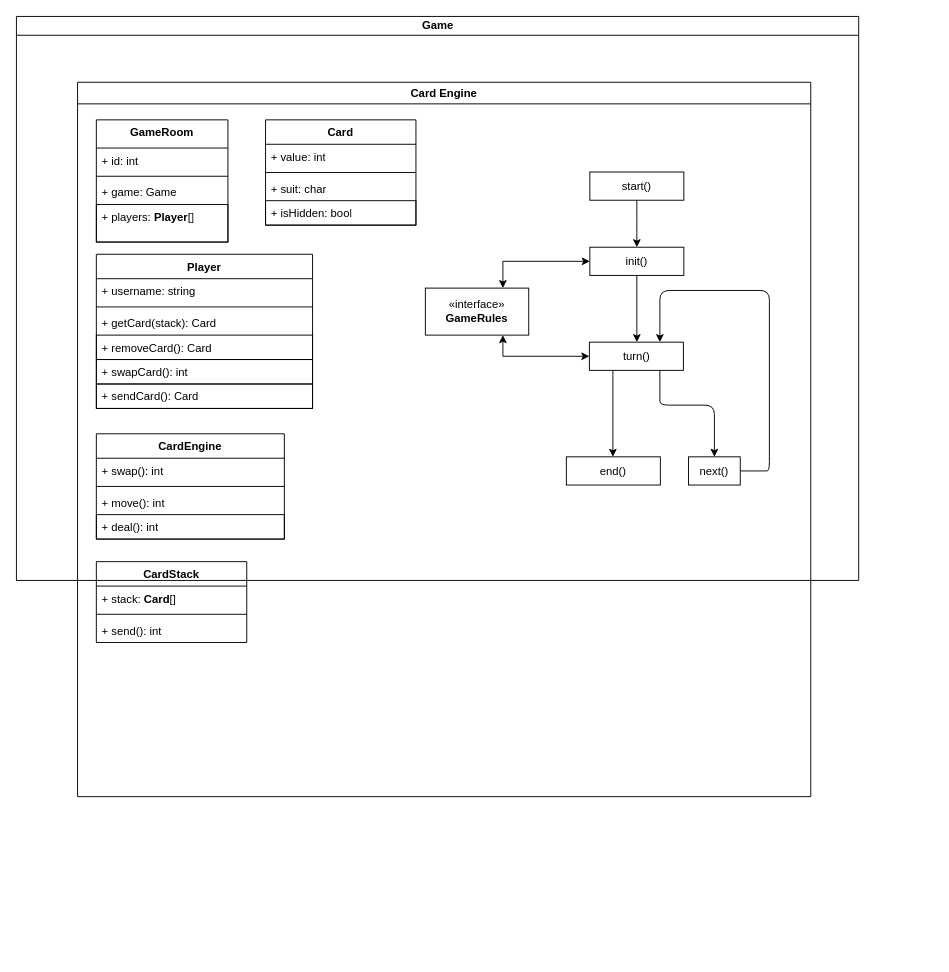
Above: docs/specification/card-engine/CardEngine.drawio in Shornana/card-game-online (draw.io), before the change. Source tidied: cells renumbered, new cells numbered last; positions are measured from the earlier drawing's top-left corner, leaving out a move shared by most shapes. Both pictures are drawn from the tidied source at 94%, with x=0, y=0 at pixel (16, 16).
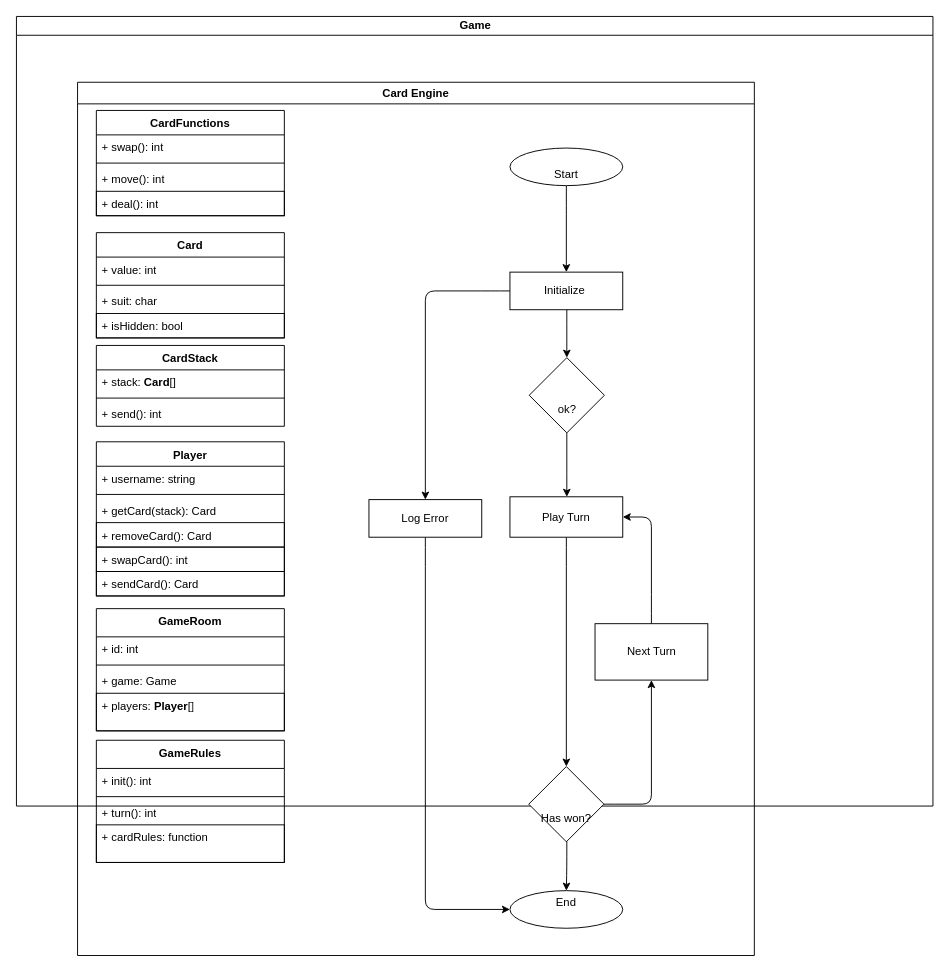
After the change.

Commit message (it also covers changes not shown here):
Improved diagram with better control.

What changed in the source:
```diff
@@
     <mxCell id="2" value="Card Engine" style="swimlane;whiteSpace=wrap;html=1;" parent="1" vertex="1">
-      <mxGeometry x="65" y="70" width="780" height="760" as="geometry" />
+      <mxGeometry x="65" y="70" width="720" height="929" as="geometry" />
     </mxCell>
     <mxCell id="3" value="&lt;div&gt;Card&lt;/div&gt;&lt;div&gt;&lt;br&gt;&lt;/div&gt;" style="swimlane;fontStyle=1;align=center;verticalAlign=top;horizontal=1;startSize=26;whiteSpace=wrap;html=1;" parent="2" vertex="1">
-      <mxGeometry x="200" y="40" width="160" height="112" as="geometry" />
+      <mxGeometry x="20" y="160" width="200" height="112" as="geometry" />
     </mxCell>
     <mxCell id="4" value="+ value: int" style="text;strokeColor=none;fillColor=none;align=left;verticalAlign=top;spacingLeft=4;spacingRight=4;overflow=hidden;whiteSpace=wrap;html=1;" parent="3" vertex="1">
-      <mxGeometry y="26" width="160" height="26" as="geometry" />
+      <mxGeometry y="26" width="200" height="26" as="geometry" />
     </mxCell>
     <mxCell id="5" style="line;strokeWidth=1;fillColor=none;align=left;verticalAlign=middle;spacingTop=-1;spacingLeft=3;spacingRight=3;labelPosition=right;strokeColor=inherit;" parent="3" vertex="1">
-      <mxGeometry y="52" width="160" height="8" as="geometry" />
+      <mxGeometry y="52" width="200" height="8" as="geometry" />
     </mxCell>
     <mxCell id="6" value="+ suit: char" style="text;strokeColor=none;fillColor=none;align=left;verticalAlign=top;spacingLeft=4;spacingRight=4;overflow=hidden;whiteSpace=wrap;html=1;" parent="3" vertex="1">
-      <mxGeometry y="60" width="160" height="26" as="geometry" />
+      <mxGeometry y="60" width="200" height="26" as="geometry" />
     </mxCell>
     <mxCell id="7" value="+ isHidden: bool" style="text;strokeColor=default;fillColor=none;align=left;verticalAlign=top;spacingLeft=4;spacingRight=4;overflow=hidden;whiteSpace=wrap;html=1;" parent="3" vertex="1">
-      <mxGeometry y="86" width="160" height="26" as="geometry" />
+      <mxGeometry y="86" width="200" height="26" as="geometry" />
     </mxCell>
     <mxCell id="8" value="&lt;div&gt;CardStack&lt;/div&gt;" style="swimlane;fontStyle=1;align=center;verticalAlign=top;horizontal=1;startSize=26;whiteSpace=wrap;html=1;" parent="2" vertex="1">
-      <mxGeometry x="20" y="510" width="160" height="86" as="geometry" />
+      <mxGeometry x="20" y="280" width="200" height="86" as="geometry" />
     </mxCell>
     <mxCell id="9" value="+ stack: &lt;b&gt;Card&lt;/b&gt;[]" style="text;strokeColor=none;fillColor=none;align=left;verticalAlign=top;spacingLeft=4;spacingRight=4;overflow=hidden;whiteSpace=wrap;html=1;" parent="8" vertex="1">
-      <mxGeometry y="26" width="160" height="26" as="geometry" />
+      <mxGeometry y="26" width="200" height="26" as="geometry" />
     </mxCell>
     <mxCell id="10" style="line;strokeWidth=1;fillColor=none;align=left;verticalAlign=middle;spacingTop=-1;spacingLeft=3;spacingRight=3;labelPosition=right;strokeColor=inherit;" parent="8" vertex="1">
-      <mxGeometry y="52" width="160" height="8" as="geometry" />
+      <mxGeometry y="52" width="200" height="8" as="geometry" />
     </mxCell>
     <mxCell id="11" value="+ send(): int" style="text;strokeColor=none;fillColor=none;align=left;verticalAlign=top;spacingLeft=4;spacingRight=4;overflow=hidden;whiteSpace=wrap;html=1;" parent="8" vertex="1">
-      <mxGeometry y="60" width="160" height="26" as="geometry" />
+      <mxGeometry y="60" width="200" height="26" as="geometry" />
     </mxCell>
     <mxCell id="12" value="Player" style="swimlane;fontStyle=1;align=center;verticalAlign=top;horizontal=1;startSize=26;whiteSpace=wrap;html=1;" parent="2" vertex="1">
-      <mxGeometry x="20" y="183" width="230" height="164" as="geometry" />
+      <mxGeometry x="20" y="382.5" width="200" height="164" as="geometry" />
     </mxCell>
     <mxCell id="13" value="+ username: string" style="text;strokeColor=none;fillColor=none;align=left;verticalAlign=top;spacingLeft=4;spacingRight=4;overflow=hidden;whiteSpace=wrap;html=1;" parent="12" vertex="1">
-      <mxGeometry y="26" width="230" height="26" as="geometry" />
+      <mxGeometry y="26" width="200" height="26" as="geometry" />
     </mxCell>
     <mxCell id="14" style="line;strokeWidth=1;fillColor=none;align=left;verticalAlign=middle;spacingTop=-1;spacingLeft=3;spacingRight=3;labelPosition=right;strokeColor=inherit;" parent="12" vertex="1">
-      <mxGeometry y="52" width="230" height="8" as="geometry" />
+      <mxGeometry y="52" width="200" height="8" as="geometry" />
     </mxCell>
     <mxCell id="15" value="+ getCard(stack): Card" style="text;strokeColor=none;fillColor=none;align=left;verticalAlign=top;spacingLeft=4;spacingRight=4;overflow=hidden;whiteSpace=wrap;html=1;" parent="12" vertex="1">
-      <mxGeometry y="60" width="230" height="26" as="geometry" />
+      <mxGeometry y="60" width="200" height="26" as="geometry" />
     </mxCell>
     <mxCell id="16" value="+ removeCard(): Card" style="text;strokeColor=default;fillColor=none;align=left;verticalAlign=top;spacingLeft=4;spacingRight=4;overflow=hidden;whiteSpace=wrap;html=1;" parent="12" vertex="1">
-      <mxGeometry y="86" width="230" height="26" as="geometry" />
+      <mxGeometry y="86" width="200" height="26" as="geometry" />
     </mxCell>
     <mxCell id="17" value="+ swapCard(): int" style="text;strokeColor=default;fillColor=none;align=left;verticalAlign=top;spacingLeft=4;spacingRight=4;overflow=hidden;whiteSpace=wrap;html=1;" parent="12" vertex="1">
-      <mxGeometry y="112" width="230" height="26" as="geometry" />
+      <mxGeometry y="112" width="200" height="26" as="geometry" />
     </mxCell>
     <mxCell id="18" value="+ sendCard(): Card" style="text;strokeColor=default;fillColor=none;align=left;verticalAlign=top;spacingLeft=4;spacingRight=4;overflow=hidden;whiteSpace=wrap;html=1;" parent="12" vertex="1">
-      <mxGeometry y="138" width="230" height="26" as="geometry" />
+      <mxGeometry y="138" width="200" height="26" as="geometry" />
     </mxCell>
     <mxCell id="19" value="&lt;div&gt;Game&lt;/div&gt;" style="swimlane;html=1;startSize=20;horizontal=1;fontSize=12;transparentBounds=1;groupPadding=20;containerType=tree;" parent="2" vertex="1">
-      <mxGeometry x="-65" y="-70" width="896" height="600" as="geometry" />
+      <mxGeometry x="-65" y="-70" width="975" height="840" as="geometry" />
     </mxCell>
-    <mxCell id="20" value="start()" style="whiteSpace=wrap;html=1;" parent="19" vertex="1">
-      <mxGeometry x="610" y="165.5" width="100" height="30" as="geometry" />
-    </mxCell>
-    <mxCell id="21" value="init()" style="whiteSpace=wrap;html=1;" parent="19" vertex="1">
-      <mxGeometry x="610" y="245.5" width="100" height="30" as="geometry" />
-    </mxCell>
-    <mxCell id="22" style="edgeStyle=orthogonalEdgeStyle;rounded=1;jettySize=auto;html=1;exitX=1;exitY=0.5;exitDx=0;exitDy=0;entryX=0.75;entryY=0;entryDx=0;entryDy=0;curved=0;" parent="19" edge="1" source="23" target="27">
-      <mxGeometry relative="1" as="geometry">
-        <Array as="points">
-          <mxPoint x="791" y="483.5" />
-          <mxPoint x="801" y="483.5" />
-          <mxPoint x="801" y="291.5" />
-          <mxPoint x="684.5" y="291.5" />
-          <mxPoint x="684.5" y="325.5" />
-        </Array>
-      </mxGeometry>
-    </mxCell>
-    <mxCell id="23" value="&lt;div&gt;next()&lt;/div&gt;" style="whiteSpace=wrap;html=1;" parent="19" vertex="1">
-      <mxGeometry x="715" y="468.5" width="55" height="30" as="geometry" />
-    </mxCell>
-    <mxCell id="24" style="html=1;rounded=1;curved=0;sourcePerimeterSpacing=0;targetPerimeterSpacing=0;startSize=6;endSize=6;edgeStyle=orthogonalEdgeStyle;exitX=0.5;exitY=1;entryX=0.5;entryY=0;" parent="19" edge="1" source="20" target="21">
-      <mxGeometry relative="1" as="geometry">
-        <Array as="points">
-          <mxPoint x="660" y="220.5" />
-        </Array>
-      </mxGeometry>
-    </mxCell>
-    <mxCell id="25" style="html=1;rounded=1;curved=0;sourcePerimeterSpacing=0;targetPerimeterSpacing=0;startSize=6;endSize=6;edgeStyle=orthogonalEdgeStyle;exitX=0.5;exitY=1;entryX=0.505;entryY=0;" parent="19" edge="1" source="21" target="27">
-      <mxGeometry relative="1" as="geometry">
-        <Array as="points">
-          <mxPoint x="660" y="310.5" />
-        </Array>
-      </mxGeometry>
-    </mxCell>
-    <mxCell id="26" style="edgeStyle=orthogonalEdgeStyle;rounded=1;jettySize=auto;html=1;exitX=0.75;exitY=1;exitDx=0;exitDy=0;entryX=0.5;entryY=0;entryDx=0;entryDy=0;curved=0;" parent="19" edge="1" source="27" target="23">
-      <mxGeometry relative="1" as="geometry">
-        <Array as="points">
-          <mxPoint x="684.5" y="397.5" />
-          <mxPoint x="684.5" y="413.5" />
-          <mxPoint x="742.5" y="413.5" />
-          <mxPoint x="742.5" y="447.5" />
-        </Array>
-      </mxGeometry>
-    </mxCell>
-    <mxCell id="27" value="turn()" style="rounded=0;whiteSpace=wrap;html=1;" parent="19" vertex="1">
-      <mxGeometry x="609.5" y="346.5" width="100" height="30" as="geometry" />
-    </mxCell>
-    <mxCell id="28" value="end()" style="rounded=0;whiteSpace=wrap;html=1;" parent="19" vertex="1">
-      <mxGeometry x="585" y="468.5" width="100" height="30" as="geometry" />
-    </mxCell>
-    <mxCell id="29" style="html=1;rounded=1;curved=0;sourcePerimeterSpacing=0;targetPerimeterSpacing=0;startSize=6;endSize=6;edgeStyle=orthogonalEdgeStyle;exitX=0.25;exitY=1;exitDx=0;exitDy=0;entryX=0.495;entryY=0;" parent="19" edge="1" source="27" target="28">
-      <mxGeometry relative="1" as="geometry">
-        <Array as="points">
-          <mxPoint x="634.5" y="387.5" />
-        </Array>
-      </mxGeometry>
-    </mxCell>
+    <mxCell id="43" style="edgeStyle=orthogonalEdgeStyle;rounded=1;jettySize=auto;html=1;exitX=0.5;exitY=1;exitDx=0;exitDy=0;entryX=0.5;entryY=0;entryDx=0;entryDy=0;curved=0;" parent="19" edge="1" source="44" target="46">
+      <mxGeometry relative="1" as="geometry">
+        <Array as="points">
+          <mxPoint x="585" y="201" />
+          <mxPoint x="585" y="251" />
+        </Array>
+      </mxGeometry>
+    </mxCell>
+    <mxCell id="44" value="&lt;div&gt;&lt;br&gt;&lt;/div&gt;&lt;div&gt;Start&lt;/div&gt;" style="ellipse;whiteSpace=wrap;html=1;shapeInside=1;" parent="19" vertex="1">
+      <mxGeometry x="525" y="140" width="120" height="40" as="geometry" />
+    </mxCell>
+    <mxCell id="45" style="edgeStyle=orthogonalEdgeStyle;rounded=1;jettySize=auto;html=1;exitX=0;exitY=0.5;exitDx=0;exitDy=0;entryX=0.5;entryY=0;entryDx=0;entryDy=0;curved=0;" parent="19" edge="1" source="46" target="57">
+      <mxGeometry relative="1" as="geometry">
+        <Array as="points">
+          <mxPoint x="504" y="292" />
+          <mxPoint x="435" y="292" />
+          <mxPoint x="435" y="493" />
+        </Array>
+      </mxGeometry>
+    </mxCell>
+    <mxCell id="46" value="Initialize&amp;nbsp;" style="rounded=0;whiteSpace=wrap;html=1;" parent="19" vertex="1">
+      <mxGeometry x="525" y="272" width="120" height="40" as="geometry" />
+    </mxCell>
+    <mxCell id="47" value="&lt;div&gt;&lt;br&gt;&lt;/div&gt;&lt;div&gt;&lt;br&gt;&lt;/div&gt;&lt;div&gt;ok?&lt;/div&gt;" style="rhombus;whiteSpace=wrap;html=1;shapeInside=1;" parent="19" vertex="1">
+      <mxGeometry x="545.5" y="363" width="80" height="80" as="geometry" />
+    </mxCell>
+    <mxCell id="48" style="edgeStyle=orthogonalEdgeStyle;rounded=1;jettySize=auto;html=1;curved=0;exitX=0.5042;exitY=1;entryX=0.5;entryY=0;" parent="19" edge="1" source="46" target="47">
+      <mxGeometry relative="1" as="geometry">
+        <Array as="points">
+          <mxPoint x="585.5" y="338" />
+        </Array>
+      </mxGeometry>
+    </mxCell>
+    <mxCell id="49" style="edgeStyle=orthogonalEdgeStyle;rounded=1;jettySize=auto;html=1;exitX=0.5;exitY=1;exitDx=0;exitDy=0;entryX=0.5;entryY=0;entryDx=0;entryDy=0;curved=0;" parent="19" edge="1" source="50" target="53">
+      <mxGeometry relative="1" as="geometry">
+        <Array as="points">
+          <mxPoint x="585" y="575" />
+          <mxPoint x="585" y="777" />
+        </Array>
+      </mxGeometry>
+    </mxCell>
+    <mxCell id="50" value="Play Turn" style="rounded=0;whiteSpace=wrap;html=1;" parent="19" vertex="1">
+      <mxGeometry x="525" y="511" width="120" height="43" as="geometry" />
+    </mxCell>
+    <mxCell id="51" style="edgeStyle=orthogonalEdgeStyle;rounded=1;jettySize=auto;html=1;curved=0;exitX=0.5;exitY=1;entryX=0.5042;entryY=0;" parent="19" edge="1" source="47" target="50">
+      <mxGeometry relative="1" as="geometry">
+        <Array as="points">
+          <mxPoint x="585.5" y="476.5" />
+        </Array>
+      </mxGeometry>
+    </mxCell>
+    <mxCell id="52" style="edgeStyle=orthogonalEdgeStyle;rounded=1;jettySize=auto;html=1;exitX=1;exitY=0.5;exitDx=0;exitDy=0;curved=0;entryX=0.5;entryY=1;entryDx=0;entryDy=0;" parent="19" edge="1" source="53" target="59">
+      <mxGeometry relative="1" as="geometry">
+        <Array as="points">
+          <mxPoint x="646" y="838" />
+          <mxPoint x="675.5" y="838" />
+          <mxPoint x="675.5" y="727" />
+        </Array>
+      </mxGeometry>
+    </mxCell>
+    <mxCell id="53" value="&lt;div&gt;&lt;br&gt;&lt;/div&gt;&lt;div&gt;&lt;br&gt;&lt;/div&gt;&lt;div&gt;Has won?&lt;/div&gt;" style="rhombus;whiteSpace=wrap;html=1;shapeInside=1;" parent="19" vertex="1">
+      <mxGeometry x="545" y="798" width="80" height="80" as="geometry" />
+    </mxCell>
+    <mxCell id="54" value="&lt;div&gt;&lt;br&gt;&lt;/div&gt;&lt;div&gt;End&lt;/div&gt;&lt;br&gt;&lt;div&gt;&lt;br/&gt;&lt;/div&gt;" style="ellipse;whiteSpace=wrap;html=1;shapeInside=1;" parent="19" vertex="1">
+      <mxGeometry x="525" y="930" width="120" height="40" as="geometry" />
+    </mxCell>
+    <mxCell id="55" style="edgeStyle=orthogonalEdgeStyle;rounded=1;jettySize=auto;html=1;curved=0;exitX=0.5063;exitY=1;entryX=0.5042;entryY=0;" parent="19" edge="1" source="53" target="54">
+      <mxGeometry relative="1" as="geometry">
+        <Array as="points">
+          <mxPoint x="585.5" y="904" />
+        </Array>
+      </mxGeometry>
+    </mxCell>
+    <mxCell id="56" style="edgeStyle=orthogonalEdgeStyle;rounded=1;jettySize=auto;html=1;exitX=0.5;exitY=1;exitDx=0;exitDy=0;entryX=0;entryY=0.5;entryDx=0;entryDy=0;curved=0;" parent="19" edge="1" source="57" target="54">
+      <mxGeometry relative="1" as="geometry">
+        <Array as="points">
+          <mxPoint x="435" y="575" />
+          <mxPoint x="435" y="950" />
+          <mxPoint x="504" y="950" />
+        </Array>
+      </mxGeometry>
+    </mxCell>
+    <mxCell id="57" value="Log Error" style="rounded=0;whiteSpace=wrap;html=1;" parent="19" vertex="1">
+      <mxGeometry x="375" y="514" width="120" height="40" as="geometry" />
+    </mxCell>
+    <mxCell id="58" style="edgeStyle=orthogonalEdgeStyle;rounded=1;jettySize=auto;html=1;exitX=0.5;exitY=0;exitDx=0;exitDy=0;entryX=1;entryY=0.5;entryDx=0;entryDy=0;curved=0;" parent="19" edge="1" source="59" target="50">
+      <mxGeometry relative="1" as="geometry">
+        <Array as="points">
+          <mxPoint x="675.5" y="625" />
+          <mxPoint x="675.5" y="532.5" />
+          <mxPoint x="666" y="532.5" />
+        </Array>
+      </mxGeometry>
+    </mxCell>
+    <mxCell id="59" value="Next Turn" style="rounded=0;whiteSpace=wrap;html=1;" parent="19" vertex="1">
+      <mxGeometry x="615.5" y="646" width="120" height="60" as="geometry" />
+    </mxCell>
     <mxCell id="30" value="GameRoom" style="swimlane;fontStyle=1;align=center;verticalAlign=top;horizontal=1;startSize=30;whiteSpace=wrap;html=1;" parent="2" vertex="1">
-      <mxGeometry x="20" y="40" width="140" height="130" as="geometry" />
+      <mxGeometry x="20" y="560" width="200" height="130" as="geometry" />
     </mxCell>
     <mxCell id="31" value="+ id: int" style="text;strokeColor=none;fillColor=none;align=left;verticalAlign=top;spacingLeft=4;spacingRight=4;overflow=hidden;whiteSpace=wrap;html=1;" parent="30" vertex="1">
-      <mxGeometry y="30" width="140" height="26" as="geometry" />
+      <mxGeometry y="30" width="200" height="26" as="geometry" />
     </mxCell>
     <mxCell id="32" style="line;strokeWidth=1;fillColor=none;align=left;verticalAlign=middle;spacingTop=-1;spacingLeft=3;spacingRight=3;labelPosition=right;strokeColor=inherit;" parent="30" vertex="1">
-      <mxGeometry y="56" width="140" height="8" as="geometry" />
+      <mxGeometry y="56" width="200" height="8" as="geometry" />
     </mxCell>
     <mxCell id="33" value="+ game: Game" style="text;strokeColor=none;fillColor=none;align=left;verticalAlign=top;spacingLeft=4;spacingRight=4;overflow=hidden;whiteSpace=wrap;html=1;" parent="30" vertex="1">
-      <mxGeometry y="64" width="140" height="26" as="geometry" />
+      <mxGeometry y="64" width="200" height="26" as="geometry" />
     </mxCell>
     <mxCell id="34" value="+ players: &lt;b&gt;Player&lt;/b&gt;[]" style="text;strokeColor=default;fillColor=none;align=left;verticalAlign=top;spacingLeft=4;spacingRight=4;overflow=hidden;whiteSpace=wrap;html=1;" parent="30" vertex="1">
-      <mxGeometry y="90" width="140" height="40" as="geometry" />
+      <mxGeometry y="90" width="200" height="40" as="geometry" />
     </mxCell>
-    <mxCell id="35" value="CardEngine" style="swimlane;fontStyle=1;align=center;verticalAlign=top;horizontal=1;startSize=26;whiteSpace=wrap;html=1;" parent="2" vertex="1">
-      <mxGeometry x="20" y="374" width="200" height="112" as="geometry" />
+    <mxCell id="35" value="CardFunctions" style="swimlane;fontStyle=1;align=center;verticalAlign=top;horizontal=1;startSize=26;whiteSpace=wrap;html=1;" parent="2" vertex="1">
+      <mxGeometry x="20" y="30" width="200" height="112" as="geometry" />
     </mxCell>
@@
-    <mxCell id="40" value="&lt;div&gt;«interface»&lt;/div&gt;&lt;div&gt;&lt;b&gt;GameRules&lt;/b&gt;&lt;/div&gt;" style="html=1;whiteSpace=wrap;" parent="2" vertex="1">
-      <mxGeometry x="370" y="219" width="110" height="50" as="geometry" />
-    </mxCell>
-    <mxCell id="41" style="edgeStyle=orthogonalEdgeStyle;rounded=0;jettySize=auto;html=1;exitX=0;exitY=0.5;exitDx=0;exitDy=0;entryX=0.75;entryY=0;entryDx=0;entryDy=0;strokeColor=default;startArrow=classic;startFill=1;" parent="2" edge="1" source="21" target="40">
-      <mxGeometry relative="1" as="geometry" />
-    </mxCell>
-    <mxCell id="42" style="edgeStyle=orthogonalEdgeStyle;rounded=0;jettySize=auto;html=1;exitX=0;exitY=0.5;exitDx=0;exitDy=0;entryX=0.75;entryY=1;entryDx=0;entryDy=0;startArrow=classic;startFill=1;" parent="2" edge="1" source="27" target="40">
-      <mxGeometry relative="1" as="geometry" />
-    </mxCell>
+    <mxCell id="60" value="GameRules" style="swimlane;fontStyle=1;align=center;verticalAlign=top;horizontal=1;startSize=30;whiteSpace=wrap;html=1;" parent="2" vertex="1">
+      <mxGeometry x="20" y="700" width="200" height="130" as="geometry" />
+    </mxCell>
+    <mxCell id="61" value="+ init(): int" style="text;strokeColor=none;fillColor=none;align=left;verticalAlign=top;spacingLeft=4;spacingRight=4;overflow=hidden;whiteSpace=wrap;html=1;" parent="60" vertex="1">
+      <mxGeometry y="30" width="200" height="26" as="geometry" />
+    </mxCell>
+    <mxCell id="62" style="line;strokeWidth=1;fillColor=none;align=left;verticalAlign=middle;spacingTop=-1;spacingLeft=3;spacingRight=3;labelPosition=right;strokeColor=inherit;" parent="60" vertex="1">
+      <mxGeometry y="56" width="200" height="8" as="geometry" />
+    </mxCell>
+    <mxCell id="63" value="+ turn(): int" style="text;strokeColor=none;fillColor=none;align=left;verticalAlign=top;spacingLeft=4;spacingRight=4;overflow=hidden;whiteSpace=wrap;html=1;" parent="60" vertex="1">
+      <mxGeometry y="64" width="200" height="26" as="geometry" />
+    </mxCell>
+    <mxCell id="64" value="+ cardRules: function" style="text;strokeColor=default;fillColor=none;align=left;verticalAlign=top;spacingLeft=4;spacingRight=4;overflow=hidden;whiteSpace=wrap;html=1;" parent="60" vertex="1">
+      <mxGeometry y="90" width="200" height="40" as="geometry" />
+    </mxCell>
```
